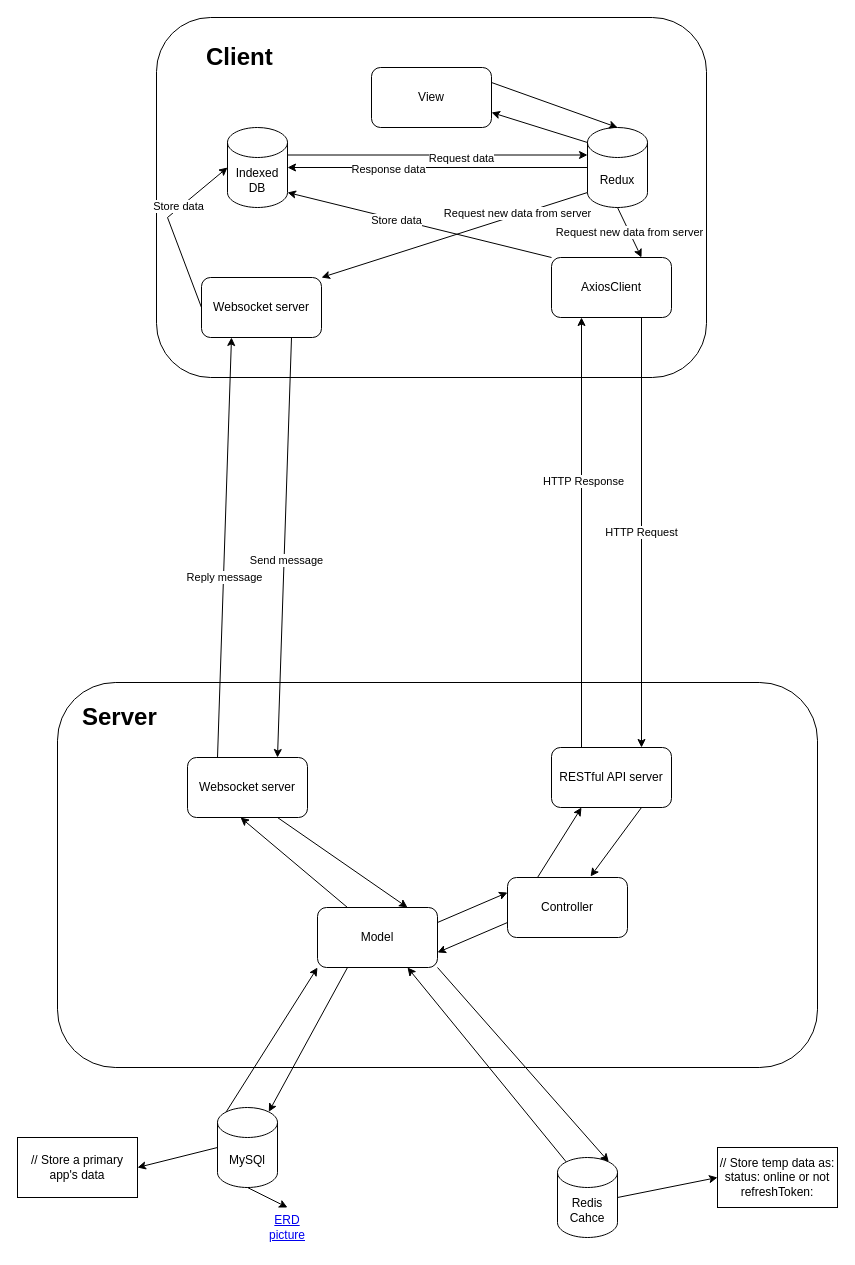
The draw.io diagram Untitled Diagram.drawio in caophuoclong/chatapp, before the edit. Source tidied: cells renumbered, new cells numbered last; positions are measured from the earlier drawing's top-left corner, leaving out a move shared by most shapes. Both pictures are drawn from the tidied source at 100%, with x=0, y=0 at pixel (17, 17).
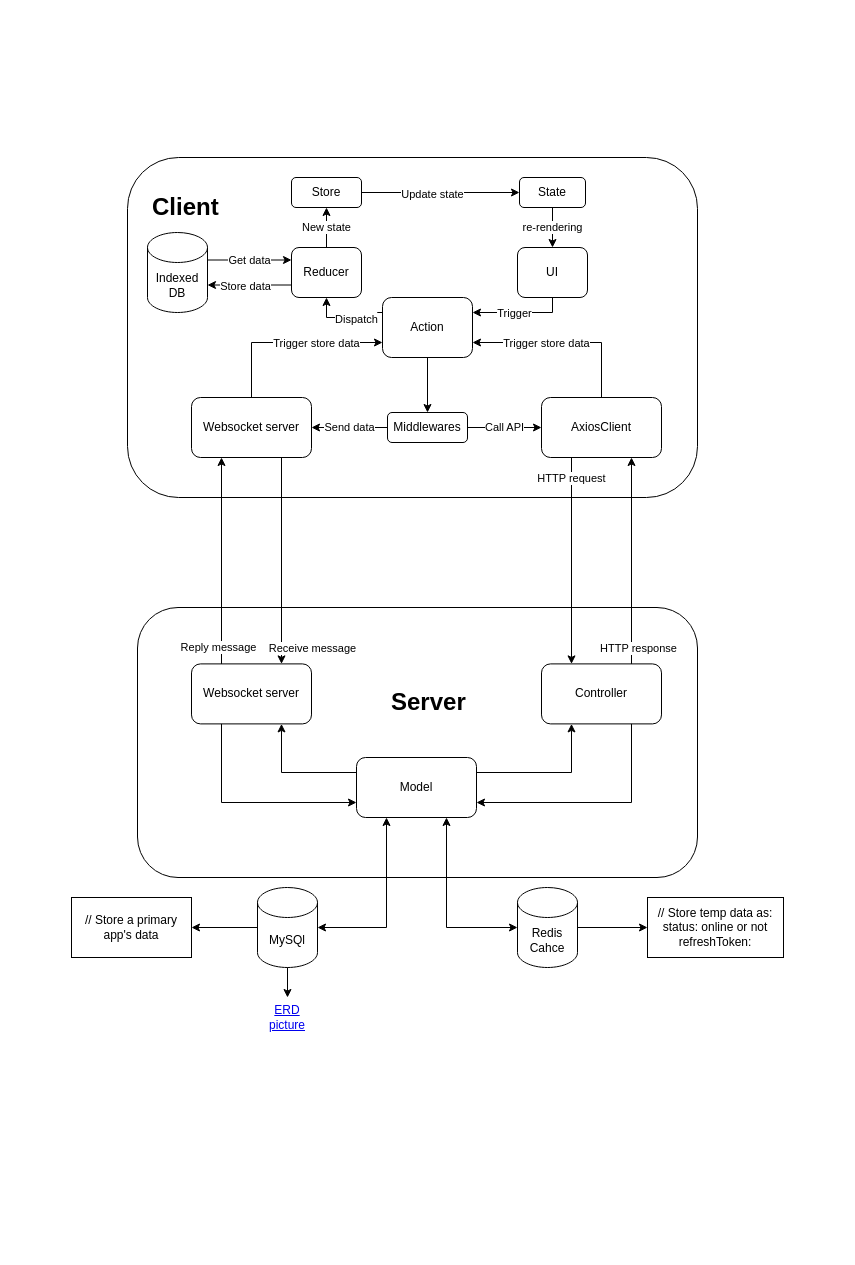
The same page after the edit.

The change refers to these unchanged cells:
```xml
<mxCell id="23" style="endArrow=classic;html=1;rounded=0;exitX=0.75;exitY=1;exitDx=0;exitDy=0;entryX=0.75;entryY=0;entryDx=0;entryDy=0;" parent="1" edge="1" source="16" target="20">
  <mxGeometry relative="1" as="geometry" />
</mxCell>
<mxCell id="25" style="endArrow=classic;html=1;rounded=0;exitX=0.25;exitY=0;exitDx=0;exitDy=0;entryX=0.25;entryY=1;entryDx=0;entryDy=0;" parent="1" edge="1" source="20" target="16">
  <mxGeometry relative="1" as="geometry" />
</mxCell>
```

Change to the diagram source:
```diff
@@
+    <mxCell id="53" style="rounded=1;whiteSpace=wrap;html=1;fillColor=none;" parent="1" vertex="1">
+      <mxGeometry x="110" y="140" width="570" height="340" as="geometry" />
+    </mxCell>
+    <mxCell id="54" style="rounded=1;whiteSpace=wrap;html=1;fillColor=none;" parent="1" vertex="1">
+      <mxGeometry x="120" y="590" width="560" height="270" as="geometry" />
+    </mxCell>
     <mxCell id="2" value="MySQl" style="shape=cylinder3;whiteSpace=wrap;html=1;boundedLbl=1;backgroundOutline=1;size=15;" parent="1" vertex="1">
-      <mxGeometry x="200" y="1090" width="60" height="80" as="geometry" />
+      <mxGeometry x="240" y="870" width="60" height="80" as="geometry" />
     </mxCell>
     <mxCell id="3" value="Redis&lt;br&gt;Cahce" style="shape=cylinder3;whiteSpace=wrap;html=1;boundedLbl=1;backgroundOutline=1;size=15;" parent="1" vertex="1">
-      <mxGeometry x="540" y="1140" width="60" height="80" as="geometry" />
+      <mxGeometry x="500" y="870" width="60" height="80" as="geometry" />
     </mxCell>
     <mxCell id="4" value="// Store temp data as:&lt;br&gt;status: online or not&lt;br&gt;refreshToken:" style="rounded=0;whiteSpace=wrap;html=1;" parent="1" vertex="1">
-      <mxGeometry x="700" y="1130" width="120" height="60" as="geometry" />
+      <mxGeometry x="630" y="880" width="136" height="60" as="geometry" />
     </mxCell>
@@
     <mxCell id="6" value="// Store a primary app's data" style="rounded=0;whiteSpace=wrap;html=1;" parent="1" vertex="1">
-      <mxGeometry y="1120" width="120" height="60" as="geometry" />
+      <mxGeometry x="54" y="880" width="120" height="60" as="geometry" />
     </mxCell>
@@
     <mxCell id="9" value="ERD picture&lt;br&gt;" style="text;html=1;strokeColor=none;fillColor=none;whiteSpace=wrap;align=center;verticalAlign=middle;fontColor=#0000EE;fontStyle=4;" parent="1" vertex="1">
-      <mxGeometry x="240" y="1190" width="60" height="40" as="geometry" />
+      <mxGeometry x="240" y="980" width="60" height="40" as="geometry" />
     </mxCell>
-    <mxCell id="10" style="rounded=1;whiteSpace=wrap;html=1;" parent="1" vertex="1">
-      <mxGeometry x="139" width="550" height="360" as="geometry" />
-    </mxCell>
-    <mxCell id="11" value="Redux" style="shape=cylinder3;whiteSpace=wrap;html=1;boundedLbl=1;backgroundOutline=1;size=15;" parent="1" vertex="1">
-      <mxGeometry x="570" y="110" width="60" height="80" as="geometry" />
-    </mxCell>
     <mxCell id="12" value="&lt;h1&gt;Client&lt;/h1&gt;" style="text;html=1;strokeColor=none;fillColor=none;spacing=5;spacingTop=-20;whiteSpace=wrap;overflow=hidden;rounded=0;" parent="1" vertex="1">
-      <mxGeometry x="184" y="20" width="86" height="40" as="geometry" />
+      <mxGeometry x="130" y="170" width="86" height="40" as="geometry" />
     </mxCell>
-    <mxCell id="13" value="View" style="rounded=1;whiteSpace=wrap;html=1;" parent="1" vertex="1">
-      <mxGeometry x="354" y="50" width="120" height="60" as="geometry" />
-    </mxCell>
-    <mxCell id="14" value="Indexed&lt;br&gt;DB" style="shape=cylinder3;whiteSpace=wrap;html=1;boundedLbl=1;backgroundOutline=1;size=15;" parent="1" vertex="1">
-      <mxGeometry x="210" y="110" width="60" height="80" as="geometry" />
-    </mxCell>
     <mxCell id="15" value="AxiosClient" style="rounded=1;whiteSpace=wrap;html=1;" parent="1" vertex="1">
-      <mxGeometry x="534" y="240" width="120" height="60" as="geometry" />
+      <mxGeometry x="524" y="380" width="120" height="60" as="geometry" />
     </mxCell>
     <mxCell id="16" value="Websocket server" style="rounded=1;whiteSpace=wrap;html=1;" parent="1" vertex="1">
-      <mxGeometry x="184" y="260" width="120" height="60" as="geometry" />
+      <mxGeometry x="174" y="380" width="120" height="60" as="geometry" />
     </mxCell>
-    <mxCell id="17" style="rounded=1;whiteSpace=wrap;html=1;" parent="1" vertex="1">
-      <mxGeometry x="40" y="665" width="760" height="385" as="geometry" />
-    </mxCell>
-    <mxCell id="18" value="RESTful API server" style="rounded=1;whiteSpace=wrap;html=1;" parent="1" vertex="1">
-      <mxGeometry x="534" y="730" width="120" height="60" as="geometry" />
-    </mxCell>
     <mxCell id="19" value="&lt;h1&gt;Server&lt;/h1&gt;" style="text;html=1;strokeColor=none;fillColor=none;spacing=5;spacingTop=-20;whiteSpace=wrap;overflow=hidden;rounded=0;" parent="1" vertex="1">
-      <mxGeometry x="60" y="680" width="90" height="30" as="geometry" />
+      <mxGeometry x="369" y="665" width="90" height="30" as="geometry" />
     </mxCell>
     <mxCell id="20" value="Websocket server" style="rounded=1;whiteSpace=wrap;html=1;" parent="1" vertex="1">
-      <mxGeometry x="170" y="740" width="120" height="60" as="geometry" />
+      <mxGeometry x="174" y="646.4" width="120" height="60" as="geometry" />
     </mxCell>
     <mxCell id="21" value="Controller" style="rounded=1;whiteSpace=wrap;html=1;" parent="1" vertex="1">
-      <mxGeometry x="490" y="860" width="120" height="60" as="geometry" />
+      <mxGeometry x="524" y="646.4" width="120" height="60" as="geometry" />
     </mxCell>
     <mxCell id="22" value="Model" style="rounded=1;whiteSpace=wrap;html=1;" parent="1" vertex="1">
-      <mxGeometry x="300" y="890" width="120" height="60" as="geometry" />
+      <mxGeometry x="339" y="740" width="120" height="60" as="geometry" />
     </mxCell>
@@
-    <mxCell id="24" value="Send message" style="edgeLabel;html=1;align=center;verticalAlign=middle;" parent="23" vertex="1">
-      <mxGeometry x="0.06" y="2" relative="1" as="geometry" />
-    </mxCell>
+    <mxCell id="55" value="Receive message" style="edgeLabel;html=1;align=center;verticalAlign=middle;" parent="23" vertex="1">
+      <mxGeometry x="0.13" y="-1" relative="1" as="geometry">
+        <mxPoint x="31" y="73" as="offset" />
+      </mxGeometry>
+    </mxCell>
@@
     <mxCell id="26" value="Reply message" style="edgeLabel;html=1;align=center;verticalAlign=middle;" parent="25" vertex="1">
-      <mxGeometry x="-0.14" relative="1" as="geometry" />
+      <mxGeometry x="0.12" relative="1" as="geometry">
+        <mxPoint x="-4" y="99" as="offset" />
+      </mxGeometry>
     </mxCell>
-    <mxCell id="27" value="HTTP Request" style="endArrow=classic;html=1;rounded=0;entryX=0.75;entryY=0;entryDx=0;entryDy=0;exitX=0.75;exitY=1;exitDx=0;exitDy=0;" parent="1" edge="1" source="15" target="18">
-      <mxGeometry relative="1" as="geometry" />
-    </mxCell>
-    <mxCell id="28" style="endArrow=classic;html=1;rounded=0;exitX=0.25;exitY=0;exitDx=0;exitDy=0;entryX=0.25;entryY=1;entryDx=0;entryDy=0;" parent="1" edge="1" source="18" target="15">
-      <mxGeometry relative="1" as="geometry" />
-    </mxCell>
-    <mxCell id="29" value="HTTP Response" style="edgeLabel;html=1;align=center;verticalAlign=middle;" parent="28" vertex="1">
-      <mxGeometry x="0.24" y="-1" relative="1" as="geometry" />
-    </mxCell>
-    <mxCell id="30" style="endArrow=classic;html=1;rounded=0;entryX=0.25;entryY=1;entryDx=0;entryDy=0;exitX=0.25;exitY=0;exitDx=0;exitDy=0;" parent="1" edge="1" source="21" target="18">
-      <mxGeometry relative="1" as="geometry" />
-    </mxCell>
-    <mxCell id="31" style="endArrow=classic;html=1;rounded=0;entryX=0.692;entryY=-0.017;entryDx=0;entryDy=0;entryPerimeter=0;exitX=0.75;exitY=1;exitDx=0;exitDy=0;" parent="1" edge="1" source="18" target="21">
-      <mxGeometry relative="1" as="geometry" />
-    </mxCell>
-    <mxCell id="32" style="endArrow=classic;html=1;rounded=0;exitX=0.145;exitY=0;exitDx=0;exitDy=4.35;exitPerimeter=0;entryX=0;entryY=1;entryDx=0;entryDy=0;" parent="1" edge="1" source="2" target="22">
-      <mxGeometry relative="1" as="geometry" />
-    </mxCell>
-    <mxCell id="33" style="endArrow=classic;html=1;rounded=0;entryX=0.855;entryY=0;entryDx=0;entryDy=4.35;entryPerimeter=0;exitX=0.25;exitY=1;exitDx=0;exitDy=0;" parent="1" edge="1" source="22" target="2">
-      <mxGeometry relative="1" as="geometry" />
-    </mxCell>
-    <mxCell id="34" style="endArrow=classic;html=1;rounded=0;exitX=1;exitY=1;exitDx=0;exitDy=0;entryX=0.855;entryY=0;entryDx=0;entryDy=4.35;entryPerimeter=0;" parent="1" edge="1" source="22" target="3">
-      <mxGeometry relative="1" as="geometry" />
-    </mxCell>
-    <mxCell id="35" style="endArrow=classic;html=1;rounded=0;exitX=0.145;exitY=0;exitDx=0;exitDy=4.35;exitPerimeter=0;entryX=0.75;entryY=1;entryDx=0;entryDy=0;" parent="1" edge="1" source="3" target="22">
-      <mxGeometry relative="1" as="geometry" />
-    </mxCell>
+    <mxCell id="56" style="endArrow=classic;html=1;rounded=0;entryX=0.25;entryY=0;entryDx=0;entryDy=0;exitX=0.25;exitY=1;exitDx=0;exitDy=0;" parent="1" edge="1" source="15" target="21">
+      <mxGeometry relative="1" as="geometry" />
+    </mxCell>
+    <mxCell id="57" value="HTTP request" style="edgeLabel;html=1;align=center;verticalAlign=middle;" parent="56" vertex="1">
+      <mxGeometry x="0.21" y="-1" relative="1" as="geometry">
+        <mxPoint y="-105" as="offset" />
+      </mxGeometry>
+    </mxCell>
+    <mxCell id="58" style="endArrow=classic;html=1;rounded=0;exitX=0.75;exitY=0;exitDx=0;exitDy=0;entryX=0.75;entryY=1;entryDx=0;entryDy=0;" parent="1" edge="1" source="21" target="15">
+      <mxGeometry relative="1" as="geometry" />
+    </mxCell>
+    <mxCell id="59" value="HTTP response" style="edgeLabel;html=1;align=center;verticalAlign=middle;" parent="58" vertex="1">
+      <mxGeometry x="0.2" y="-1" relative="1" as="geometry">
+        <mxPoint x="5" y="108" as="offset" />
+      </mxGeometry>
+    </mxCell>
-    <mxCell id="36" style="endArrow=classic;html=1;rounded=0;exitX=0.75;exitY=1;exitDx=0;exitDy=0;entryX=0.75;entryY=0;entryDx=0;entryDy=0;" parent="1" edge="1" source="20" target="22">
+    <mxCell id="36" style="endArrow=classic;html=1;rounded=0;edgeStyle=orthogonalEdgeStyle;exitX=0.25;exitY=1;exitDx=0;exitDy=0;entryX=0;entryY=0.75;entryDx=0;entryDy=0;" parent="1" edge="1" source="20" target="22">
       <mxGeometry relative="1" as="geometry" />
     </mxCell>
-    <mxCell id="37" style="endArrow=classic;html=1;rounded=0;exitX=0.25;exitY=0;exitDx=0;exitDy=0;entryX=0.442;entryY=1;entryDx=0;entryDy=0;entryPerimeter=0;" parent="1" edge="1" source="22" target="20">
+    <mxCell id="37" style="endArrow=classic;html=1;rounded=0;edgeStyle=orthogonalEdgeStyle;exitX=0;exitY=0.25;exitDx=0;exitDy=0;entryX=0.75;entryY=1;entryDx=0;entryDy=0;" parent="1" edge="1" source="22" target="20">
       <mxGeometry relative="1" as="geometry" />
     </mxCell>
-    <mxCell id="38" style="endArrow=classic;html=1;rounded=0;entryX=0;entryY=0.25;entryDx=0;entryDy=0;exitX=1;exitY=0.25;exitDx=0;exitDy=0;" parent="1" edge="1" source="22" target="21">
+    <mxCell id="38" style="endArrow=classic;html=1;rounded=0;edgeStyle=orthogonalEdgeStyle;exitX=1;exitY=0.25;exitDx=0;exitDy=0;entryX=0.25;entryY=1;entryDx=0;entryDy=0;" parent="1" edge="1" source="22" target="21">
       <mxGeometry relative="1" as="geometry" />
     </mxCell>
-    <mxCell id="39" style="endArrow=classic;html=1;rounded=0;entryX=1;entryY=0.75;entryDx=0;entryDy=0;exitX=0;exitY=0.75;exitDx=0;exitDy=0;" parent="1" edge="1" source="21" target="22">
+    <mxCell id="39" style="endArrow=classic;html=1;rounded=0;edgeStyle=orthogonalEdgeStyle;entryX=1;entryY=0.75;entryDx=0;entryDy=0;exitX=0.75;exitY=1;exitDx=0;exitDy=0;" parent="1" edge="1" source="21" target="22">
       <mxGeometry relative="1" as="geometry" />
     </mxCell>
-    <mxCell id="40" style="endArrow=classic;html=1;rounded=0;exitX=1;exitY=0;exitDx=0;exitDy=27.5;exitPerimeter=0;entryX=0;entryY=0;entryDx=0;entryDy=27.5;entryPerimeter=0;" parent="1" edge="1" source="14" target="11">
-      <mxGeometry relative="1" as="geometry" />
-    </mxCell>
-    <mxCell id="41" value="Request data" style="edgeLabel;html=1;align=center;verticalAlign=middle;" parent="40" vertex="1">
-      <mxGeometry x="0.15" y="-2" relative="1" as="geometry">
-        <mxPoint y="1" as="offset" />
-      </mxGeometry>
-    </mxCell>
-    <mxCell id="42" style="endArrow=classic;html=1;rounded=0;entryX=0;entryY=0.5;entryDx=0;entryDy=0;entryPerimeter=0;exitX=0;exitY=0.5;exitDx=0;exitDy=0;" parent="1" edge="1" source="16" target="14">
-      <mxGeometry relative="1" as="geometry">
-        <Array as="points">
-          <mxPoint x="150" y="200" />
-        </Array>
-      </mxGeometry>
-    </mxCell>
-    <mxCell id="43" value="Store data" style="edgeLabel;html=1;align=center;verticalAlign=middle;" parent="42" vertex="1">
-      <mxGeometry x="0.29" y="2" relative="1" as="geometry" />
-    </mxCell>
-    <mxCell id="44" style="endArrow=classic;html=1;rounded=0;entryX=1;entryY=0.75;entryDx=0;entryDy=0;exitX=0;exitY=0;exitDx=0;exitDy=15;exitPerimeter=0;" parent="1" edge="1" source="11" target="13">
-      <mxGeometry relative="1" as="geometry" />
-    </mxCell>
-    <mxCell id="45" style="endArrow=classic;html=1;rounded=0;entryX=1;entryY=1;entryDx=0;entryDy=-15;entryPerimeter=0;exitX=0;exitY=0;exitDx=0;exitDy=0;" parent="1" edge="1" source="15" target="14">
-      <mxGeometry relative="1" as="geometry" />
-    </mxCell>
-    <mxCell id="46" value="Store data" style="edgeLabel;html=1;align=center;verticalAlign=middle;" parent="45" vertex="1">
-      <mxGeometry x="0.18" y="1" relative="1" as="geometry" />
-    </mxCell>
-    <mxCell id="47" style="endArrow=classic;html=1;rounded=0;entryX=0.5;entryY=0;entryDx=0;entryDy=0;entryPerimeter=0;exitX=1;exitY=0.25;exitDx=0;exitDy=0;" parent="1" edge="1" source="13" target="11">
-      <mxGeometry relative="1" as="geometry" />
-    </mxCell>
-    <mxCell id="48" value="Request new data from server" style="endArrow=classic;html=1;rounded=0;entryX=0.75;entryY=0;entryDx=0;entryDy=0;exitX=0.5;exitY=1;exitDx=0;exitDy=0;exitPerimeter=0;" parent="1" edge="1" source="11" target="15">
-      <mxGeometry relative="1" as="geometry" />
-    </mxCell>
-    <mxCell id="49" style="endArrow=classic;html=1;rounded=0;entryX=1;entryY=0;entryDx=0;entryDy=0;exitX=0;exitY=1;exitDx=0;exitDy=-15;exitPerimeter=0;" parent="1" edge="1" source="11" target="16">
-      <mxGeometry relative="1" as="geometry" />
-    </mxCell>
-    <mxCell id="50" value="Request new data from server" style="edgeLabel;html=1;align=center;verticalAlign=middle;" parent="49" vertex="1">
-      <mxGeometry x="-0.48" y="-2" relative="1" as="geometry" />
-    </mxCell>
-    <mxCell id="51" style="endArrow=classic;html=1;rounded=0;entryX=1;entryY=0.5;entryDx=0;entryDy=0;entryPerimeter=0;exitX=0;exitY=0.5;exitDx=0;exitDy=0;exitPerimeter=0;" parent="1" edge="1" source="11" target="14">
-      <mxGeometry relative="1" as="geometry" />
-    </mxCell>
-    <mxCell id="52" value="Response data" style="edgeLabel;html=1;align=center;verticalAlign=middle;" parent="51" vertex="1">
-      <mxGeometry x="0.33" y="1" relative="1" as="geometry" />
-    </mxCell>
+    <mxCell id="32" style="endArrow=classic;startArrow=classic;html=1;rounded=0;exitX=1;exitY=0.5;exitDx=0;exitDy=0;exitPerimeter=0;entryX=0.25;entryY=1;entryDx=0;entryDy=0;edgeStyle=orthogonalEdgeStyle;" parent="1" edge="1" source="2" target="22">
+      <mxGeometry relative="1" as="geometry" />
+    </mxCell>
+    <mxCell id="34" style="endArrow=classic;startArrow=classic;html=1;rounded=0;entryX=0;entryY=0.5;entryDx=0;entryDy=0;entryPerimeter=0;exitX=0.75;exitY=1;exitDx=0;exitDy=0;edgeStyle=orthogonalEdgeStyle;" parent="1" edge="1" source="22" target="3">
+      <mxGeometry relative="1" as="geometry" />
+    </mxCell>
+    <mxCell id="60" value="Store" style="rounded=1;whiteSpace=wrap;html=1;" parent="1" vertex="1">
+      <mxGeometry x="274" y="160" width="70" height="30" as="geometry" />
+    </mxCell>
+    <mxCell id="61" value="Reducer" style="rounded=1;whiteSpace=wrap;html=1;" parent="1" vertex="1">
+      <mxGeometry x="274" y="230" width="70" height="50" as="geometry" />
+    </mxCell>
+    <mxCell id="62" value="Action" style="rounded=1;whiteSpace=wrap;html=1;" parent="1" vertex="1">
+      <mxGeometry x="365" y="280" width="90" height="60" as="geometry" />
+    </mxCell>
+    <mxCell id="63" value="UI" style="rounded=1;whiteSpace=wrap;html=1;" parent="1" vertex="1">
+      <mxGeometry x="500" y="230" width="70" height="50" as="geometry" />
+    </mxCell>
+    <mxCell id="64" value="State" style="rounded=1;whiteSpace=wrap;html=1;" parent="1" vertex="1">
+      <mxGeometry x="502" y="160" width="66" height="30" as="geometry" />
+    </mxCell>
+    <mxCell id="65" style="edgeStyle=orthogonalEdgeStyle;rounded=0;orthogonalLoop=1;jettySize=auto;html=1;exitX=0.5;exitY=1;exitDx=0;exitDy=0;" parent="1" edge="1" source="62" target="62">
+      <mxGeometry relative="1" as="geometry" />
+    </mxCell>
+    <mxCell id="66" style="edgeStyle=orthogonalEdgeStyle;rounded=0;orthogonalLoop=1;jettySize=auto;html=1;exitX=0.5;exitY=1;exitDx=0;exitDy=0;" parent="1" edge="1" source="61" target="61">
+      <mxGeometry relative="1" as="geometry" />
+    </mxCell>
+    <mxCell id="67" style="endArrow=classic;html=1;rounded=0;entryX=0;entryY=0.75;entryDx=0;entryDy=0;exitX=0.5;exitY=0;exitDx=0;exitDy=0;edgeStyle=orthogonalEdgeStyle;" parent="1" edge="1" source="16" target="62">
+      <mxGeometry relative="1" as="geometry" />
+    </mxCell>
+    <mxCell id="68" value="Trigger store data" style="edgeLabel;html=1;align=center;verticalAlign=middle;" parent="67" vertex="1">
+      <mxGeometry x="0.17" relative="1" as="geometry">
+        <mxPoint x="10" as="offset" />
+      </mxGeometry>
+    </mxCell>
+    <mxCell id="69" style="endArrow=classic;html=1;rounded=0;entryX=1;entryY=0.75;entryDx=0;entryDy=0;exitX=0.5;exitY=0;exitDx=0;exitDy=0;edgeStyle=orthogonalEdgeStyle;" parent="1" edge="1" source="15" target="62">
+      <mxGeometry relative="1" as="geometry" />
+    </mxCell>
+    <mxCell id="70" value="Trigger store data" style="edgeLabel;html=1;align=center;verticalAlign=middle;" parent="69" vertex="1">
+      <mxGeometry x="0.23" y="4" relative="1" as="geometry">
+        <mxPoint x="2" y="-4" as="offset" />
+      </mxGeometry>
+    </mxCell>
+    <mxCell id="71" style="endArrow=classic;html=1;rounded=0;exitX=1;exitY=0.5;exitDx=0;exitDy=0;entryX=0;entryY=0.5;entryDx=0;entryDy=0;" parent="1" edge="1" source="60" target="64">
+      <mxGeometry relative="1" as="geometry" />
+    </mxCell>
+    <mxCell id="72" value="Update state" style="edgeLabel;html=1;align=center;verticalAlign=middle;" parent="71" vertex="1">
+      <mxGeometry x="-0.11" y="-1" relative="1" as="geometry" />
+    </mxCell>
+    <mxCell id="73" value="re-rendering" style="endArrow=classic;html=1;rounded=0;entryX=0.5;entryY=0;entryDx=0;entryDy=0;exitX=0.5;exitY=1;exitDx=0;exitDy=0;" parent="1" edge="1" source="64" target="63">
+      <mxGeometry relative="1" as="geometry" />
+    </mxCell>
+    <mxCell id="74" style="endArrow=classic;html=1;rounded=0;exitX=0;exitY=0.25;exitDx=0;exitDy=0;entryX=0.5;entryY=1;entryDx=0;entryDy=0;edgeStyle=orthogonalEdgeStyle;" parent="1" edge="1" source="62" target="61">
+      <mxGeometry relative="1" as="geometry">
+        <Array as="points">
+          <mxPoint x="360" y="300" />
+          <mxPoint x="309" y="300" />
+        </Array>
+      </mxGeometry>
+    </mxCell>
+    <mxCell id="75" value="Dispatch" style="edgeLabel;html=1;align=center;verticalAlign=middle;" parent="74" vertex="1">
+      <mxGeometry x="-0.22" y="1" relative="1" as="geometry" />
+    </mxCell>
+    <mxCell id="76" style="endArrow=classic;html=1;rounded=0;exitX=0.5;exitY=1;exitDx=0;exitDy=0;entryX=1;entryY=0.25;entryDx=0;entryDy=0;edgeStyle=orthogonalEdgeStyle;" parent="1" edge="1" source="63" target="62">
+      <mxGeometry relative="1" as="geometry" />
+    </mxCell>
+    <mxCell id="77" value="Trigger" style="edgeLabel;html=1;align=center;verticalAlign=middle;" parent="76" vertex="1">
+      <mxGeometry x="0.07" relative="1" as="geometry">
+        <mxPoint x="-3" as="offset" />
+      </mxGeometry>
+    </mxCell>
+    <mxCell id="78" value="New state" style="endArrow=classic;html=1;rounded=0;exitX=0.5;exitY=0;exitDx=0;exitDy=0;entryX=0.5;entryY=1;entryDx=0;entryDy=0;" parent="1" edge="1" source="61" target="60">
+      <mxGeometry relative="1" as="geometry" />
+    </mxCell>
+    <mxCell id="14" value="Indexed DB" style="shape=cylinder3;whiteSpace=wrap;html=1;boundedLbl=1;backgroundOutline=1;size=15;" parent="1" vertex="1">
+      <mxGeometry x="130" y="215" width="60" height="80" as="geometry" />
+    </mxCell>
+    <mxCell id="79" value="Get data" style="endArrow=classic;html=1;rounded=0;exitX=1;exitY=0;exitDx=0;exitDy=27.5;exitPerimeter=0;entryX=0;entryY=0.25;entryDx=0;entryDy=0;" parent="1" edge="1" source="14" target="61">
+      <mxGeometry relative="1" as="geometry" />
+    </mxCell>
+    <mxCell id="80" style="endArrow=classic;html=1;rounded=0;entryX=1;entryY=0;entryDx=0;entryDy=52.5;entryPerimeter=0;exitX=0;exitY=0.75;exitDx=0;exitDy=0;" parent="1" edge="1" source="61" target="14">
+      <mxGeometry relative="1" as="geometry" />
+    </mxCell>
+    <mxCell id="81" value="Store data" style="edgeLabel;html=1;align=center;verticalAlign=middle;" parent="80" vertex="1">
+      <mxGeometry x="0.26" y="1" relative="1" as="geometry">
+        <mxPoint x="6" as="offset" />
+      </mxGeometry>
+    </mxCell>
+    <mxCell id="82" value="Middlewares" style="rounded=1;whiteSpace=wrap;html=1;" parent="1" vertex="1">
+      <mxGeometry x="370" y="395" width="80" height="30" as="geometry" />
+    </mxCell>
+    <mxCell id="83" value="Call API" style="endArrow=classic;html=1;rounded=0;entryX=0;entryY=0.5;entryDx=0;entryDy=0;exitX=1;exitY=0.5;exitDx=0;exitDy=0;" parent="1" edge="1" source="82" target="15">
+      <mxGeometry relative="1" as="geometry" />
+    </mxCell>
+    <mxCell id="84" style="endArrow=classic;html=1;rounded=0;entryX=0.5;entryY=0;entryDx=0;entryDy=0;exitX=0.5;exitY=1;exitDx=0;exitDy=0;" parent="1" edge="1" source="62" target="82">
+      <mxGeometry relative="1" as="geometry" />
+    </mxCell>
+    <mxCell id="85" value="Send data" style="endArrow=classic;html=1;rounded=0;entryX=1;entryY=0.5;entryDx=0;entryDy=0;exitX=0;exitY=0.5;exitDx=0;exitDy=0;" parent="1" edge="1" source="82" target="16">
+      <mxGeometry relative="1" as="geometry" />
+    </mxCell>
```
